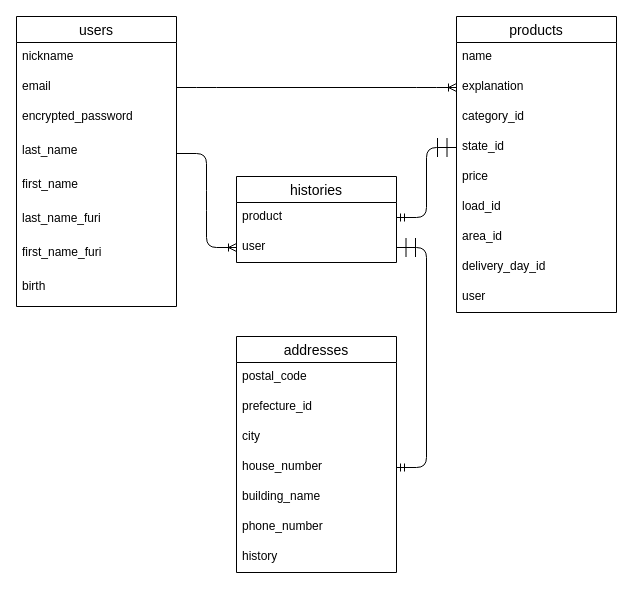
umeduck/furima-38138 keeps this draw.io diagram as er.dio. Above is the earlier version. Source tidied: cells renumbered, new cells numbered last; positions are measured from the earlier drawing's top-left corner, leaving out a move shared by most shapes. Both pictures are drawn from the tidied source at 100%, with x=0, y=0 at pixel (16, 16).
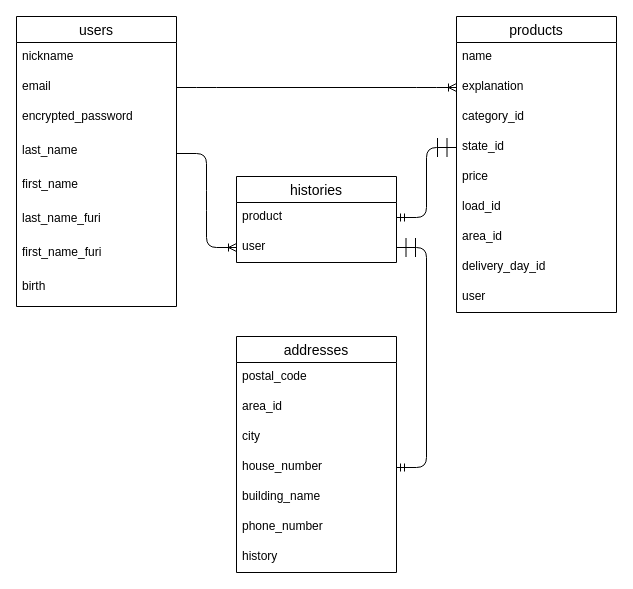
Above is the later version.

Commit message (it also covers changes not shown here):
ER図とREADMEの修正3

The change refers to these unchanged cells:
```xml
<mxCell id="22" value="addresses" style="swimlane;fontStyle=0;horizontal=1;startSize=26;align=center;fontSize=14;" parent="1" vertex="1">
  <mxGeometry x="220" y="320" width="160" height="236" as="geometry" />
</mxCell>
```

Diff of the diagram source:
```diff
@@
-    <mxCell id="24" value="prefecture_id" style="text;strokeColor=none;fillColor=none;spacingLeft=4;spacingRight=4;overflow=hidden;fontSize=12;" parent="22" vertex="1">
+    <mxCell id="24" value="area_id" style="text;strokeColor=none;fillColor=none;spacingLeft=4;spacingRight=4;overflow=hidden;fontSize=12;" parent="22" vertex="1">
       <mxGeometry y="56" width="160" height="30" as="geometry" />
     </mxCell>
```
